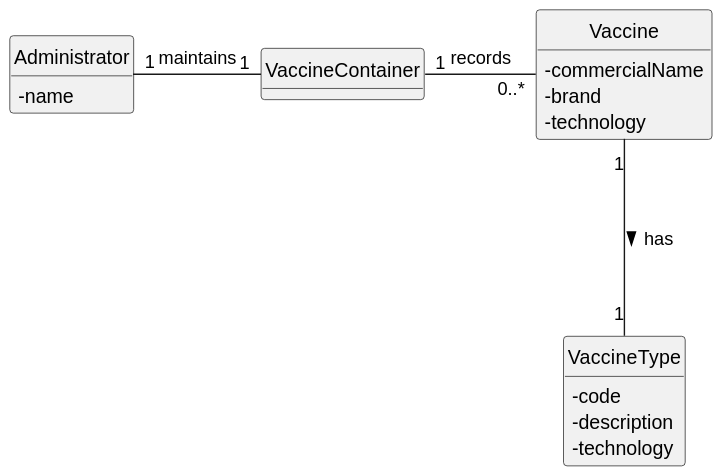
The PlantUML diagram docs/Sprint2/US11/svg/US11-MD.svg in Parafita123/leti-esoft-25-26-B1, before a commit.
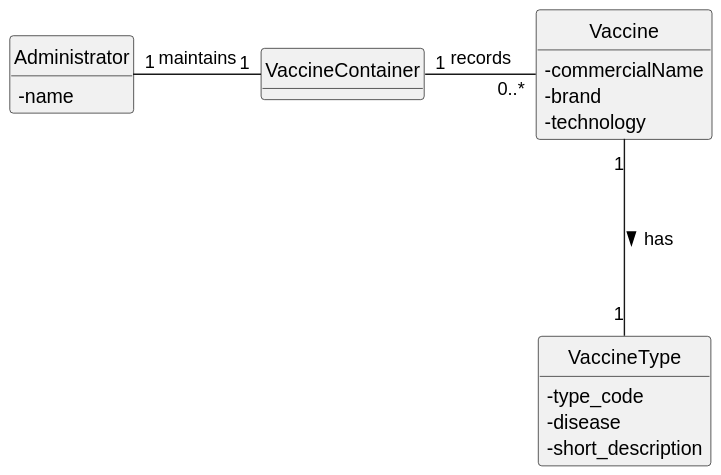
The same diagram one commit later.

What changed in the source:
```diff
@@ -17,9 +17,9 @@
 }
 
 class VaccineType {
-    - code
-    - description
-    - technology
+    - type_code
+    - disease
+    - short_description
 }
 
 Administrator "1" -right-- "1" VaccineContainer:  maintains
```
